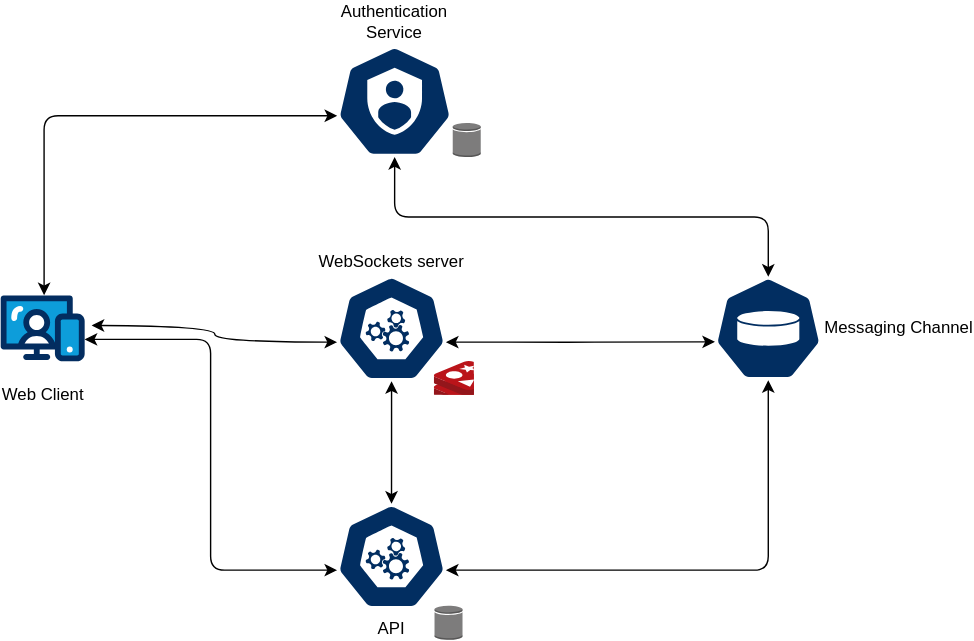
Above: buzzy.svg in melmedany/buzzy (draw.io), before the change. Source tidied: cells renumbered, new cells last; positions are measured from the earlier drawing's top-left corner, leaving out a move shared by most shapes.
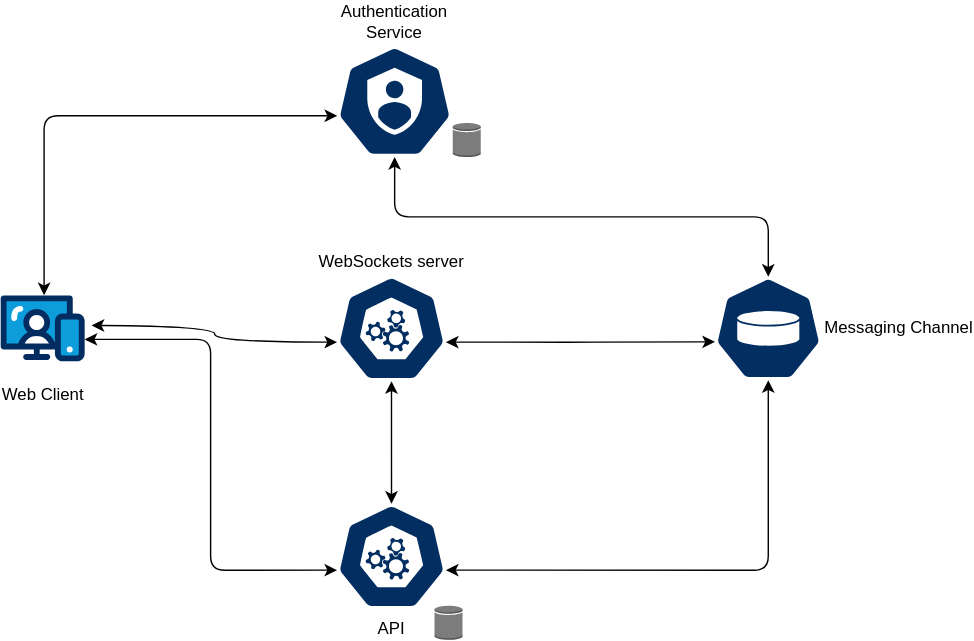
The same diagram one commit later.

What changed in the source:
```diff
@@ -51,8 +51,5 @@
     <mxCell id="15" style="edgeStyle=orthogonalEdgeStyle;rounded=1;jettySize=auto;html=1;exitX=0.995;exitY=0.63;exitDx=0;exitDy=0;exitPerimeter=0;curved=0;startArrow=classic;startFill=1;entryX=0.005;entryY=0.63;entryDx=0;entryDy=0;entryPerimeter=0;" parent="1" edge="1" source="12" target="6">
       <mxGeometry relative="1" as="geometry" />
     </mxCell>
-    <mxCell id="16" style="image;sketch=0;html=1;align=center;fontSize=12;image=img/lib/mscae/Cache_Redis_Product.svg;" parent="1" vertex="1">
-      <mxGeometry x="310" y="226" width="28.6" height="24" as="geometry" />
-    </mxCell>
   </root>
 </mxGraphModel>
```
